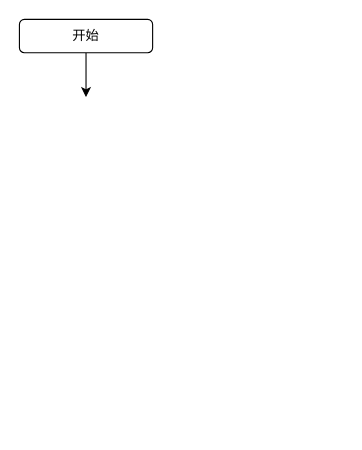
Earlier version of the draw.io diagram Untitled Diagram.drawio (zhangxuekui/drawio). Source tidied: cells renumbered, new cells numbered last; positions are measured from the earlier drawing's top-left corner, leaving out a move shared by most shapes. Both pictures are drawn from the tidied source at 111%, with x=0, y=0 at pixel (19, 19).
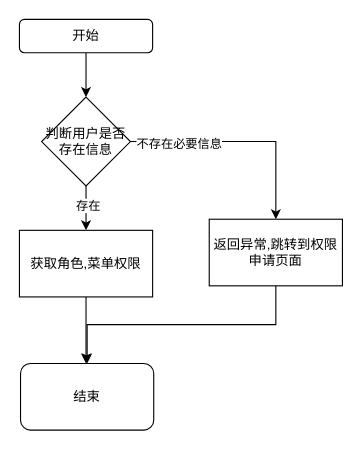
Above is the later version.

Diff of the diagram source:
```diff
@@
 <mxGraphModel>
   <root>
     <mxCell id="0" />
     <mxCell id="1" parent="0" />
     <mxCell id="2" style="edgeStyle=orthogonalEdgeStyle;rounded=0;jettySize=auto;html=1;exitX=0.5;exitY=1;exitDx=0;exitDy=0;" parent="1" edge="1" source="3">
       <mxGeometry relative="1" as="geometry">
         <mxPoint x="60" y="70" as="targetPoint" />
       </mxGeometry>
     </mxCell>
     <mxCell id="3" value="开始" style="rounded=1;whiteSpace=wrap;html=1;" parent="1" vertex="1">
       <mxGeometry width="120" height="30" as="geometry" />
     </mxCell>
+    <mxCell id="4" style="edgeStyle=orthogonalEdgeStyle;rounded=0;jettySize=auto;html=1;exitX=0.5;exitY=1;exitDx=0;exitDy=0;" parent="1" edge="1" source="8">
+      <mxGeometry relative="1" as="geometry">
+        <mxPoint x="60" y="190" as="targetPoint" />
+      </mxGeometry>
+    </mxCell>
+    <mxCell id="5" value="存在" style="edgeLabel;html=1;align=center;verticalAlign=middle;" parent="4" vertex="1">
+      <mxGeometry x="-0.16" y="1" relative="1" as="geometry" />
+    </mxCell>
+    <mxCell id="6" style="edgeStyle=orthogonalEdgeStyle;rounded=0;jettySize=auto;html=1;exitX=1;exitY=0.5;exitDx=0;exitDy=0;entryX=0.5;entryY=0;entryDx=0;entryDy=0;" parent="1" edge="1" source="8" target="14">
+      <mxGeometry relative="1" as="geometry" />
+    </mxCell>
+    <mxCell id="7" value="不存在必要信息" style="edgeLabel;html=1;align=center;verticalAlign=middle;" parent="6" vertex="1">
+      <mxGeometry x="-0.57" y="-1" relative="1" as="geometry" />
+    </mxCell>
+    <mxCell id="8" value="判断用户是否存在信息" style="rhombus;whiteSpace=wrap;html=1;" parent="1" vertex="1">
+      <mxGeometry x="20" y="70" width="80" height="80" as="geometry" />
+    </mxCell>
+    <mxCell id="9" style="edgeStyle=orthogonalEdgeStyle;rounded=0;jettySize=auto;html=1;exitX=0.5;exitY=1;exitDx=0;exitDy=0;" parent="1" edge="1" source="10">
+      <mxGeometry relative="1" as="geometry">
+        <mxPoint x="60" y="310" as="targetPoint" />
+      </mxGeometry>
+    </mxCell>
+    <mxCell id="10" value="获取角色,菜单权限" style="rounded=0;whiteSpace=wrap;html=1;" parent="1" vertex="1">
+      <mxGeometry y="190" width="120" height="60" as="geometry" />
+    </mxCell>
+    <mxCell id="11" style="edgeStyle=orthogonalEdgeStyle;rounded=0;orthogonalLoop=1;jettySize=auto;html=1;exitX=0.5;exitY=1;exitDx=0;exitDy=0;" parent="1" edge="1" source="10" target="10">
+      <mxGeometry relative="1" as="geometry" />
+    </mxCell>
+    <mxCell id="12" value="结束" style="rounded=1;whiteSpace=wrap;html=1;" parent="1" vertex="1">
+      <mxGeometry x="1" y="310" width="120" height="60" as="geometry" />
+    </mxCell>
+    <mxCell id="13" style="edgeStyle=orthogonalEdgeStyle;rounded=0;jettySize=auto;html=1;exitX=0.5;exitY=1;exitDx=0;exitDy=0;entryX=0.5;entryY=0;entryDx=0;entryDy=0;" parent="1" edge="1" source="14" target="12">
+      <mxGeometry relative="1" as="geometry" />
+    </mxCell>
+    <mxCell id="14" value="返回异常,跳转到权限申请页面" style="rounded=0;whiteSpace=wrap;html=1;" parent="1" vertex="1">
+      <mxGeometry x="171" y="180" width="120" height="60" as="geometry" />
+    </mxCell>
   </root>
 </mxGraphModel>
```
